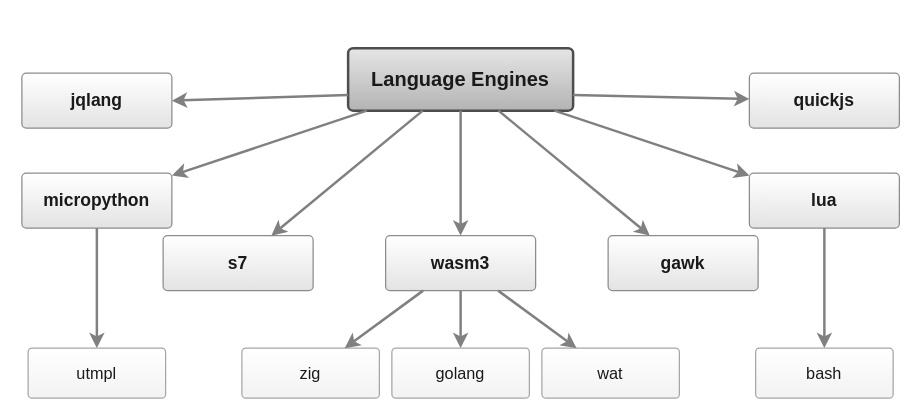
Above: docs/img/lang-engines.drawio in Robot-Wranglers/ape-make (draw.io), before the change. Source tidied: cells renumbered, new cells numbered last; positions are measured from the earlier drawing's top-left corner, leaving out a move shared by most shapes. Both pictures are drawn from the tidied source at 125%, with x=0, y=0 at pixel (21, 48).
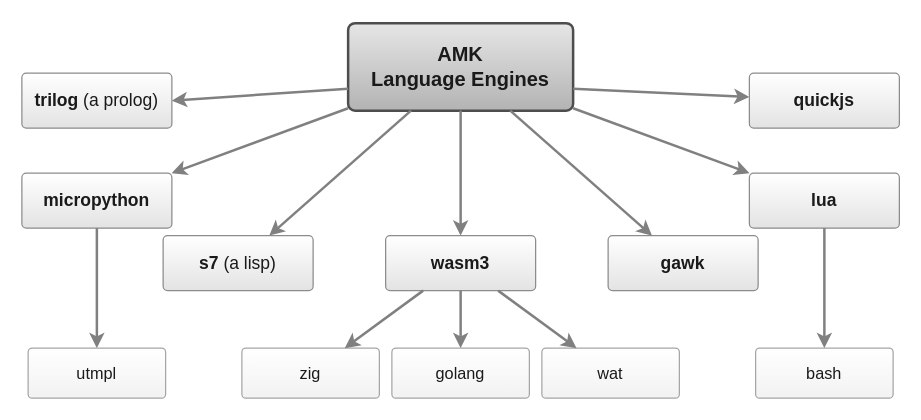
After the change.

The edit, as a diff of the source:
```diff
@@
-    <mxCell id="2" value="&lt;b&gt;Language Engines&lt;/b&gt;" style="rounded=1;arcSize=8;whiteSpace=wrap;html=1;fillColor=#E6E6E6;gradientColor=#B3B3B3;strokeColor=#4D4D4D;fontColor=#1a1a1a;fontSize=16;strokeWidth=2;" parent="1" vertex="1">
-      <mxGeometry x="261" width="180" height="50" as="geometry" />
+    <mxCell id="2" value="&lt;b&gt;AMK&lt;/b&gt;&lt;div&gt;&lt;b&gt;Language Engines&lt;/b&gt;&lt;/div&gt;" style="rounded=1;arcSize=8;whiteSpace=wrap;html=1;fillColor=#E6E6E6;gradientColor=#B3B3B3;strokeColor=#4D4D4D;fontColor=#1a1a1a;fontSize=16;strokeWidth=2;" parent="1" vertex="1">
+      <mxGeometry x="261" y="-20" width="180" height="70" as="geometry" />
     </mxCell>
@@
-    <mxCell id="5" value="&lt;b&gt;s7&lt;/b&gt;" style="rounded=1;arcSize=8;whiteSpace=wrap;html=1;fillColor=#FFFFFF;gradientColor=#E3E3E3;strokeColor=#8C8C8C;fontColor=#1a1a1a;fontSize=14;" parent="1" vertex="1">
+    <mxCell id="5" value="&lt;b&gt;s7&lt;/b&gt; (a lisp)" style="rounded=1;arcSize=8;whiteSpace=wrap;html=1;fillColor=#FFFFFF;gradientColor=#E3E3E3;strokeColor=#8C8C8C;fontColor=#1a1a1a;fontSize=14;" parent="1" vertex="1">
       <mxGeometry x="113" y="150" width="120" height="44" as="geometry" />
     </mxCell>
@@
-    <mxCell id="25" value="&lt;b&gt;jqlang&lt;/b&gt;" style="rounded=1;arcSize=8;whiteSpace=wrap;html=1;fillColor=#FFFFFF;gradientColor=#E3E3E3;strokeColor=#8C8C8C;fontColor=#1a1a1a;fontSize=14;" parent="1" vertex="1">
+    <mxCell id="25" value="&lt;b&gt;trilog&lt;/b&gt; (a prolog)" style="rounded=1;arcSize=8;whiteSpace=wrap;html=1;fillColor=#FFFFFF;gradientColor=#E3E3E3;strokeColor=#8C8C8C;fontColor=#1a1a1a;fontSize=14;" parent="1" vertex="1">
       <mxGeometry y="20" width="120" height="44" as="geometry" />
     </mxCell>
```
